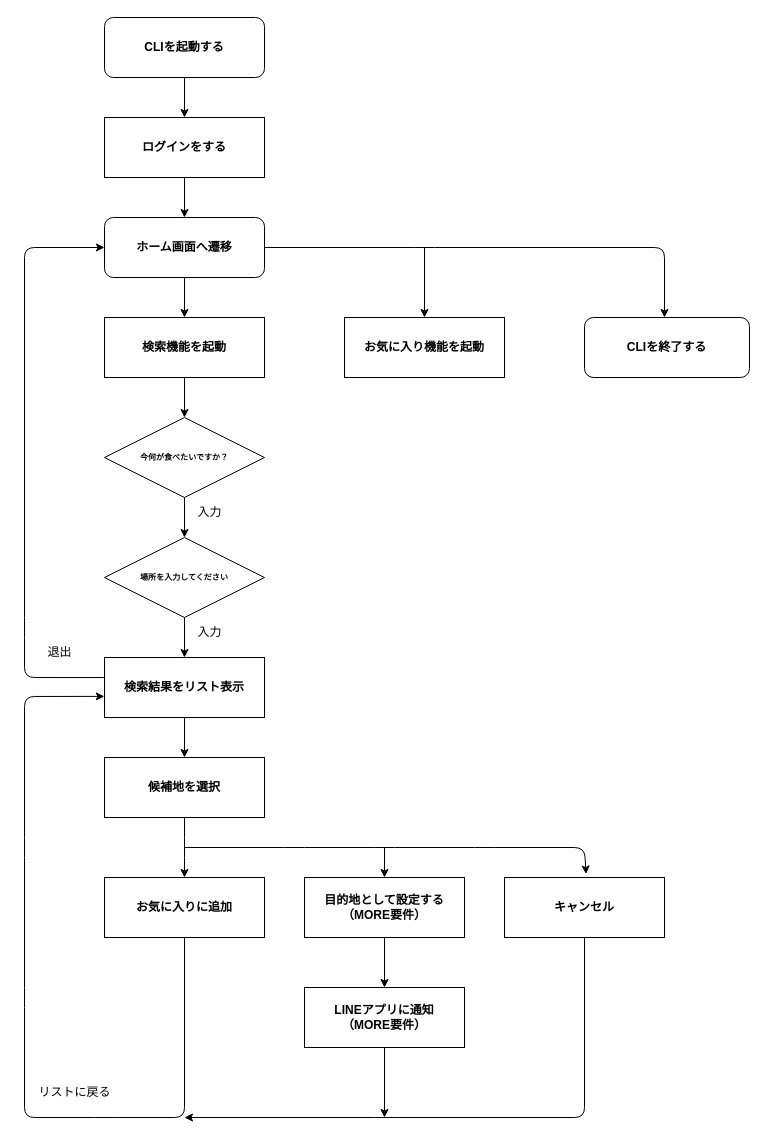
The draw.io diagram page "検索機能" (1 of 2) of others/flow.drawio in Seiya-Tagami/go-practice, before the edit. Source tidied: cells renumbered, new cells numbered last; positions are measured from the earlier drawing's top-left corner, leaving out a move shared by most shapes. Both pictures are drawn from the tidied source at 100%, with x=0, y=0 at pixel (24, 17).
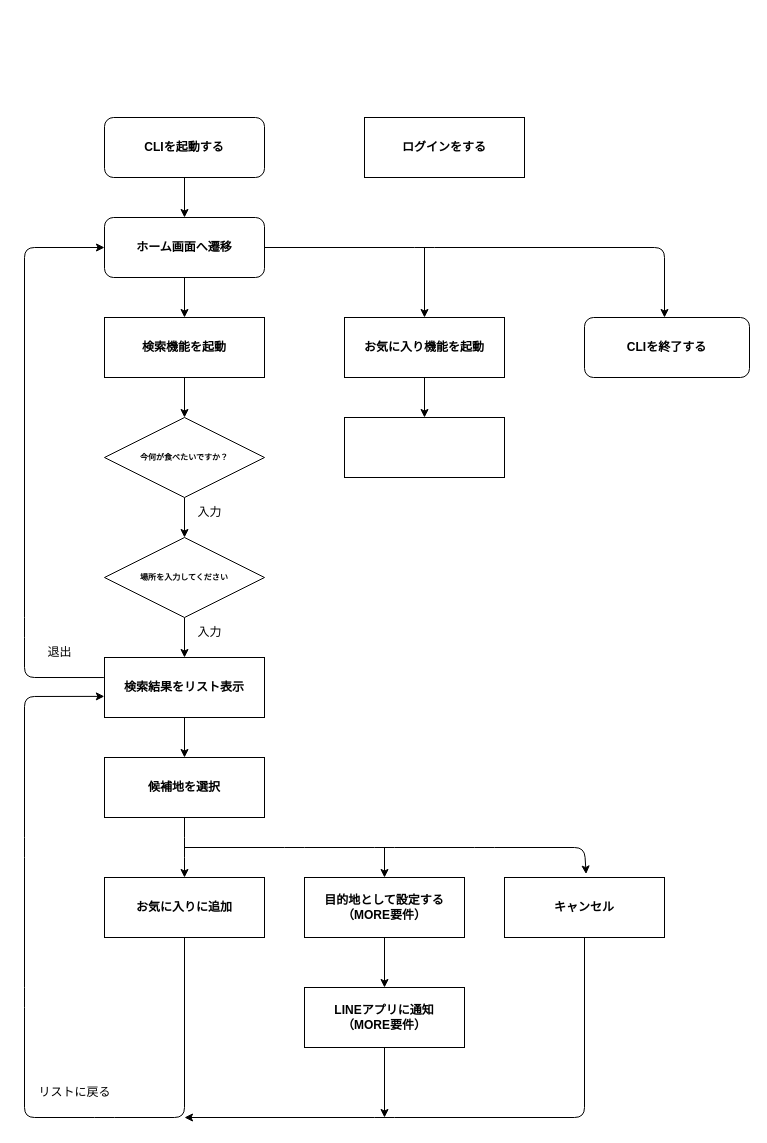
After the change.

The change refers to these unchanged cells:
```xml
<mxCell id="8" value="&lt;b&gt;ホーム画面へ遷移&lt;/b&gt;" style="rounded=1;whiteSpace=wrap;html=1;" parent="1" vertex="1">
  <mxGeometry x="80" y="200" width="160" height="60" as="geometry" />
</mxCell>
<mxCell id="11" value="&lt;b&gt;お気に入り機能を起動&lt;/b&gt;" style="rounded=0;whiteSpace=wrap;html=1;" parent="1" vertex="1">
  <mxGeometry x="320" y="300" width="160" height="60" as="geometry" />
</mxCell>
```

The edit, as a diff of the source:
```diff
@@
-    <mxCell id="2" style="edgeStyle=none;html=1;exitX=0.5;exitY=1;exitDx=0;exitDy=0;entryX=0.5;entryY=0;entryDx=0;entryDy=0;" parent="1" edge="1" source="3" target="5">
+    <mxCell id="2" style="edgeStyle=none;html=1;exitX=0.5;exitY=1;exitDx=0;exitDy=0;entryX=0.5;entryY=0;entryDx=0;entryDy=0;" parent="1" edge="1" source="3" target="8">
       <mxGeometry relative="1" as="geometry" />
     </mxCell>
     <mxCell id="3" value="&lt;h4&gt;CLIを起動する&lt;/h4&gt;" style="rounded=1;whiteSpace=wrap;html=1;" parent="1" vertex="1">
-      <mxGeometry x="80" width="160" height="60" as="geometry" />
+      <mxGeometry x="80" y="100" width="160" height="60" as="geometry" />
     </mxCell>
-    <mxCell id="4" style="edgeStyle=none;html=1;exitX=0.5;exitY=1;exitDx=0;exitDy=0;entryX=0.5;entryY=0;entryDx=0;entryDy=0;" parent="1" edge="1" source="5" target="8">
-      <mxGeometry relative="1" as="geometry" />
-    </mxCell>
     <mxCell id="5" value="&lt;b&gt;ログインをする&lt;/b&gt;" style="rounded=0;whiteSpace=wrap;html=1;" parent="1" vertex="1">
-      <mxGeometry x="80" y="100" width="160" height="60" as="geometry" />
+      <mxGeometry x="340" y="100" width="160" height="60" as="geometry" />
     </mxCell>
@@
+    <mxCell id="37" style="edgeStyle=none;html=1;" parent="1" edge="1" source="11" target="38">
+      <mxGeometry relative="1" as="geometry" />
+    </mxCell>
@@
+    <mxCell id="38" style="whiteSpace=wrap;html=1;rounded=0;" parent="1" vertex="1">
+      <mxGeometry x="320" y="400" width="160" height="60" as="geometry" />
+    </mxCell>
```
